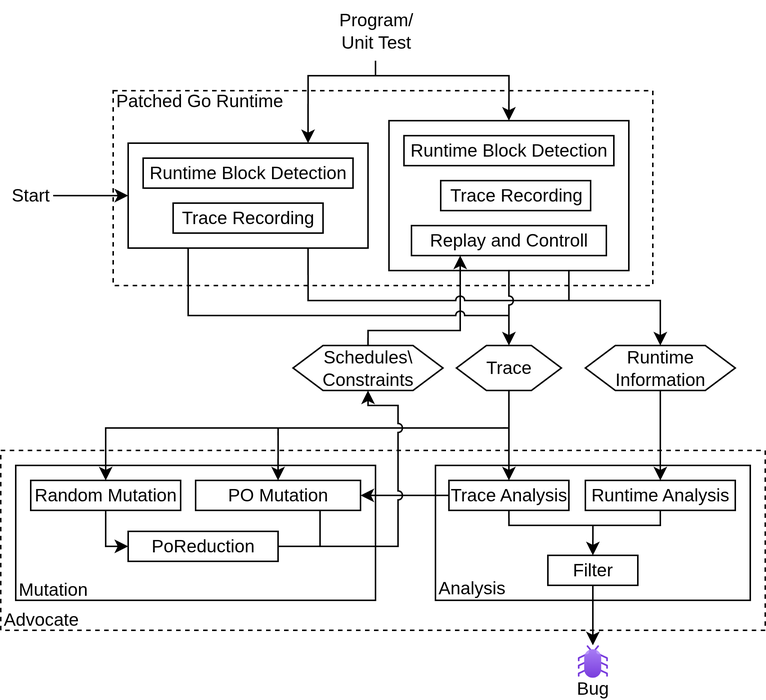
The draw.io diagram architecture.png in ErikKassubek/ADVOCATE, before a commit. Source tidied: cells renumbered, new cells last; positions are measured from the earlier drawing's top-left corner, leaving out a move shared by most shapes. Its diagram source:
```xml
<mxGraphModel>
  <root>
    <mxCell id="0" />
    <mxCell id="1" parent="0" />
    <mxCell id="2" style="rounded=0;whiteSpace=wrap;html=1;dashed=1;" parent="1" vertex="1">
      <mxGeometry x="75" y="60" width="360" height="130" as="geometry" />
    </mxCell>
    <mxCell id="3" style="group;" parent="1" vertex="1">
      <mxGeometry x="259" y="80" width="160" height="100" as="geometry" />
    </mxCell>
    <mxCell id="4" style="edgeStyle=orthogonalEdgeStyle;rounded=0;jettySize=auto;html=1;entryX=0.5;entryY=0;entryDx=0;entryDy=0;" parent="3" edge="1" target="5">
      <mxGeometry relative="1" as="geometry">
        <mxPoint x="-14" y="-30" as="sourcePoint" />
        <Array as="points">
          <mxPoint x="-9" y="-30" />
          <mxPoint x="80" y="-30" />
        </Array>
      </mxGeometry>
    </mxCell>
    <mxCell id="5" style="rounded=0;whiteSpace=wrap;html=1;" parent="3" vertex="1">
      <mxGeometry width="160" height="100" as="geometry" />
    </mxCell>
    <mxCell id="6" value="Replay and Controll" style="rounded=0;whiteSpace=wrap;html=1;" parent="3" vertex="1">
      <mxGeometry x="15" y="70" width="130" height="20" as="geometry" />
    </mxCell>
    <mxCell id="7" value="Trace Recording" style="rounded=0;whiteSpace=wrap;html=1;" parent="3" vertex="1">
      <mxGeometry x="34.5" y="40" width="100" height="20" as="geometry" />
    </mxCell>
    <mxCell id="8" value="Runtime Block Detection" style="rounded=0;whiteSpace=wrap;html=1;" parent="3" vertex="1">
      <mxGeometry x="10" y="10" width="140" height="20" as="geometry" />
    </mxCell>
    <mxCell id="9" style="rounded=0;whiteSpace=wrap;html=1;dashed=1;" parent="1" vertex="1">
      <mxGeometry y="300" width="510" height="120" as="geometry" />
    </mxCell>
    <mxCell id="10" style="edgeStyle=orthogonalEdgeStyle;rounded=0;jettySize=auto;html=1;exitX=0.5;exitY=0;exitDx=0;exitDy=0;entryX=0.25;entryY=1;entryDx=0;entryDy=0;" parent="1" edge="1" source="14" target="6">
      <mxGeometry relative="1" as="geometry">
        <Array as="points">
          <mxPoint x="245" y="220" />
          <mxPoint x="307" y="220" />
        </Array>
      </mxGeometry>
    </mxCell>
    <mxCell id="11" style="edgeStyle=orthogonalEdgeStyle;rounded=0;jettySize=auto;html=1;exitX=0.75;exitY=1;exitDx=0;exitDy=0;entryX=0.5;entryY=0;entryDx=0;entryDy=0;" parent="1" edge="1" source="5" target="12">
      <mxGeometry relative="1" as="geometry">
        <Array as="points">
          <mxPoint x="379" y="200" />
          <mxPoint x="440" y="200" />
        </Array>
      </mxGeometry>
    </mxCell>
    <mxCell id="12" value="Runtime&lt;div&gt;Information&lt;/div&gt;" style="shape=hexagon;perimeter=hexagonPerimeter2;whiteSpace=wrap;html=1;fixedSize=1;" parent="1" vertex="1">
      <mxGeometry x="390" y="230" width="100" height="30" as="geometry" />
    </mxCell>
    <mxCell id="13" value="Trace" style="shape=hexagon;perimeter=hexagonPerimeter2;whiteSpace=wrap;html=1;fixedSize=1;" parent="1" vertex="1">
      <mxGeometry x="304" y="230" width="70" height="30" as="geometry" />
    </mxCell>
    <mxCell id="14" value="Schedules\&lt;div&gt;Constraints&lt;/div&gt;" style="shape=hexagon;perimeter=hexagonPerimeter2;whiteSpace=wrap;html=1;fixedSize=1;" parent="1" vertex="1">
      <mxGeometry x="195" y="230" width="100" height="30" as="geometry" />
    </mxCell>
    <mxCell id="15" style="group;" parent="1" vertex="1">
      <mxGeometry x="290" y="310" width="210" height="90" as="geometry" />
    </mxCell>
    <mxCell id="16" style="rounded=0;whiteSpace=wrap;html=1;" parent="15" vertex="1">
      <mxGeometry width="210" height="90" as="geometry" />
    </mxCell>
    <mxCell id="17" value="Filter" style="rounded=0;whiteSpace=wrap;html=1;" parent="15" vertex="1">
      <mxGeometry x="75" y="60" width="60" height="20" as="geometry" />
    </mxCell>
    <mxCell id="18" style="edgeStyle=orthogonalEdgeStyle;rounded=0;jettySize=auto;html=1;exitX=0.5;exitY=1;exitDx=0;exitDy=0;entryX=0.5;entryY=0;entryDx=0;entryDy=0;" parent="15" edge="1" source="19" target="17">
      <mxGeometry relative="1" as="geometry">
        <Array as="points">
          <mxPoint x="150" y="40" />
          <mxPoint x="105" y="40" />
        </Array>
      </mxGeometry>
    </mxCell>
    <mxCell id="19" value="Runtime Analysis" style="rounded=0;whiteSpace=wrap;html=1;" parent="15" vertex="1">
      <mxGeometry x="100" y="10" width="100" height="20" as="geometry" />
    </mxCell>
    <mxCell id="20" style="edgeStyle=orthogonalEdgeStyle;rounded=0;jettySize=auto;html=1;exitX=0.5;exitY=1;exitDx=0;exitDy=0;endArrow=none;endFill=0;" parent="15" edge="1" source="21">
      <mxGeometry relative="1" as="geometry">
        <mxPoint x="110" y="40" as="targetPoint" />
        <Array as="points">
          <mxPoint x="50" y="40" />
          <mxPoint x="95" y="40" />
        </Array>
      </mxGeometry>
    </mxCell>
    <mxCell id="21" value="Trace Analysis" style="rounded=0;whiteSpace=wrap;html=1;" parent="15" vertex="1">
      <mxGeometry x="9" y="10" width="80" height="20" as="geometry" />
    </mxCell>
    <mxCell id="22" value="Analysis" style="text;html=1;align=left;verticalAlign=middle;whiteSpace=wrap;rounded=0;" parent="15" vertex="1">
      <mxGeometry y="74" width="50" height="16" as="geometry" />
    </mxCell>
    <mxCell id="23" style="edgeStyle=orthogonalEdgeStyle;rounded=0;jettySize=auto;html=1;exitX=0.5;exitY=1;exitDx=0;exitDy=0;entryX=0.5;entryY=0;entryDx=0;entryDy=0;" parent="1" edge="1" source="12" target="19">
      <mxGeometry relative="1" as="geometry">
        <Array as="points">
          <mxPoint x="440" y="270" />
          <mxPoint x="440" y="270" />
        </Array>
      </mxGeometry>
    </mxCell>
    <mxCell id="24" style="edgeStyle=orthogonalEdgeStyle;rounded=0;jettySize=auto;html=1;exitX=0.5;exitY=1;exitDx=0;exitDy=0;entryX=0.5;entryY=0;entryDx=0;entryDy=0;" parent="1" edge="1" source="13" target="21">
      <mxGeometry relative="1" as="geometry">
        <Array as="points">
          <mxPoint x="339" y="260" />
        </Array>
      </mxGeometry>
    </mxCell>
    <mxCell id="25" style="rounded=0;jettySize=auto;html=1;entryX=0;entryY=0.5;entryDx=0;entryDy=0;" parent="1" edge="1" source="26" target="31">
      <mxGeometry relative="1" as="geometry" />
    </mxCell>
    <mxCell id="26" value="Start" style="text;html=1;align=center;verticalAlign=middle;whiteSpace=wrap;rounded=0;" parent="1" vertex="1">
      <mxGeometry x="5" y="115" width="30" height="30" as="geometry" />
    </mxCell>
    <mxCell id="27" style="edgeStyle=orthogonalEdgeStyle;rounded=0;orthogonalLoop=1;jettySize=auto;html=1;entryX=0.75;entryY=0;entryDx=0;entryDy=0;" parent="1" edge="1">
      <mxGeometry relative="1" as="geometry">
        <mxPoint x="250" y="40" as="sourcePoint" />
        <mxPoint x="205" y="95" as="targetPoint" />
        <Array as="points">
          <mxPoint x="250" y="50" />
          <mxPoint x="205" y="50" />
        </Array>
      </mxGeometry>
    </mxCell>
    <mxCell id="28" value="&lt;span style=&quot;text-wrap-mode: wrap; float: none; background-color: rgb(255, 255, 255); display: inline !important; color: rgb(0, 0, 0);&quot;&gt;Program/&lt;/span&gt;&lt;div style=&quot;text-wrap-mode: wrap; color: rgb(0, 0, 0);&quot;&gt;&lt;span style=&quot;background-color: rgb(255, 255, 255);&quot;&gt;Unit Test&lt;/span&gt;&lt;/div&gt;" style="text;html=1;align=center;verticalAlign=middle;strokeColor=none;fillColor=none;" parent="1" vertex="1">
      <mxGeometry x="215" width="70" height="40" as="geometry" />
    </mxCell>
    <mxCell id="29" style="group;" parent="1" vertex="1">
      <mxGeometry x="85" y="95" width="160" height="70" as="geometry" />
    </mxCell>
    <mxCell id="30" style="edgeStyle=orthogonalEdgeStyle;rounded=0;jettySize=auto;html=1;exitX=0.25;exitY=1;exitDx=0;exitDy=0;endArrow=none;endFill=0;jumpStyle=arc;" parent="29" edge="1" source="31">
      <mxGeometry relative="1" as="geometry">
        <mxPoint x="254" y="115" as="targetPoint" />
        <Array as="points">
          <mxPoint x="40" y="115" />
        </Array>
      </mxGeometry>
    </mxCell>
    <mxCell id="31" style="rounded=0;whiteSpace=wrap;html=1;" parent="29" vertex="1">
      <mxGeometry width="160" height="70" as="geometry" />
    </mxCell>
    <mxCell id="32" value="Trace Recording" style="rounded=0;whiteSpace=wrap;html=1;" parent="29" vertex="1">
      <mxGeometry x="30" y="40" width="100" height="20" as="geometry" />
    </mxCell>
    <mxCell id="33" value="Runtime Block Detection" style="rounded=0;whiteSpace=wrap;html=1;" parent="29" vertex="1">
      <mxGeometry x="10" y="10" width="140" height="20" as="geometry" />
    </mxCell>
    <mxCell id="34" style="edgeStyle=orthogonalEdgeStyle;rounded=0;jettySize=auto;html=1;exitX=0.75;exitY=1;exitDx=0;exitDy=0;endArrow=none;endFill=0;jumpStyle=arc;" parent="29" edge="1" source="31">
      <mxGeometry relative="1" as="geometry">
        <mxPoint x="293.9" y="105" as="targetPoint" />
        <Array as="points">
          <mxPoint x="120" y="105" />
        </Array>
      </mxGeometry>
    </mxCell>
    <mxCell id="35" style="rounded=0;whiteSpace=wrap;html=1;" parent="1" vertex="1">
      <mxGeometry x="10" y="310" width="240" height="90" as="geometry" />
    </mxCell>
    <mxCell id="36" style="edgeStyle=orthogonalEdgeStyle;rounded=0;jettySize=auto;html=1;exitX=0.5;exitY=1;exitDx=0;exitDy=0;entryX=0;entryY=0.5;entryDx=0;entryDy=0;" parent="1" edge="1" source="38" target="39">
      <mxGeometry relative="1" as="geometry">
        <Array as="points">
          <mxPoint x="70" y="364" />
        </Array>
      </mxGeometry>
    </mxCell>
    <mxCell id="37" style="edgeStyle=orthogonalEdgeStyle;rounded=0;jettySize=auto;html=1;exitX=0.5;exitY=0;exitDx=0;exitDy=0;entryX=0.5;entryY=0;entryDx=0;entryDy=0;" parent="1" edge="1" target="38">
      <mxGeometry relative="1" as="geometry">
        <mxPoint x="185" y="290" as="sourcePoint" />
        <Array as="points">
          <mxPoint x="185" y="285" />
          <mxPoint x="70" y="285" />
        </Array>
      </mxGeometry>
    </mxCell>
    <mxCell id="38" value="Random Mutation" style="rounded=0;whiteSpace=wrap;html=1;" parent="1" vertex="1">
      <mxGeometry x="20" y="320" width="100" height="20" as="geometry" />
    </mxCell>
    <mxCell id="39" value="PoReduction" style="rounded=0;whiteSpace=wrap;html=1;" parent="1" vertex="1">
      <mxGeometry x="85" y="354" width="100" height="20" as="geometry" />
    </mxCell>
    <mxCell id="40" style="edgeStyle=orthogonalEdgeStyle;rounded=0;jettySize=auto;html=1;exitX=0.5;exitY=0;exitDx=0;exitDy=0;endArrow=none;endFill=0;startArrow=classic;startFill=1;" parent="1" edge="1" source="41">
      <mxGeometry relative="1" as="geometry">
        <mxPoint x="335" y="285" as="targetPoint" />
        <Array as="points">
          <mxPoint x="185" y="285" />
          <mxPoint x="339" y="285" />
        </Array>
      </mxGeometry>
    </mxCell>
    <mxCell id="41" value="PO Mutation" style="rounded=0;whiteSpace=wrap;html=1;" parent="1" vertex="1">
      <mxGeometry x="130" y="320" width="110" height="20" as="geometry" />
    </mxCell>
    <mxCell id="42" value="Mutation" style="text;html=1;align=left;verticalAlign=middle;whiteSpace=wrap;rounded=0;" parent="1" vertex="1">
      <mxGeometry x="10" y="386" width="47.4" height="14" as="geometry" />
    </mxCell>
    <mxCell id="43" style="edgeStyle=orthogonalEdgeStyle;rounded=0;jettySize=auto;html=1;exitX=0.5;exitY=1;exitDx=0;exitDy=0;entryX=0.5;entryY=0;entryDx=0;entryDy=0;jumpStyle=arc;" parent="1" edge="1" source="5" target="13">
      <mxGeometry relative="1" as="geometry" />
    </mxCell>
    <mxCell id="44" value="Advocate" style="text;html=1;align=left;verticalAlign=middle;whiteSpace=wrap;rounded=0;" parent="1" vertex="1">
      <mxGeometry y="406" width="60" height="14" as="geometry" />
    </mxCell>
    <mxCell id="45" value="Patched Go Runtime" style="text;html=1;align=left;verticalAlign=middle;whiteSpace=wrap;rounded=0;" parent="1" vertex="1">
      <mxGeometry x="75" y="60" width="120" height="14" as="geometry" />
    </mxCell>
    <mxCell id="46" style="edgeStyle=orthogonalEdgeStyle;rounded=0;jettySize=auto;html=1;exitX=0.5;exitY=1;exitDx=0;exitDy=0;" parent="1" edge="1" source="17" target="49">
      <mxGeometry relative="1" as="geometry" />
    </mxCell>
    <mxCell id="47" style="group;" parent="1" vertex="1">
      <mxGeometry x="375" y="430" width="40" height="36.7" as="geometry" />
    </mxCell>
    <mxCell id="48" value="Bug" style="text;html=1;align=center;verticalAlign=middle;whiteSpace=wrap;rounded=0;" parent="47" vertex="1">
      <mxGeometry y="21.7" width="40" height="15" as="geometry" />
    </mxCell>
    <mxCell id="49" style="image;html=1;points=[];align=center;fontSize=12;image=img/lib/azure2/general/Bug.svg;" parent="47" vertex="1">
      <mxGeometry x="10" width="20" height="21.7" as="geometry" />
    </mxCell>
    <mxCell id="50" style="edgeStyle=orthogonalEdgeStyle;rounded=0;jettySize=auto;html=1;exitX=0;exitY=0.5;exitDx=0;exitDy=0;entryX=1;entryY=0.5;entryDx=0;entryDy=0;" parent="1" edge="1" source="21" target="41">
      <mxGeometry relative="1" as="geometry" />
    </mxCell>
    <mxCell id="51" style="edgeStyle=orthogonalEdgeStyle;rounded=0;jettySize=auto;html=1;exitX=1;exitY=0.5;exitDx=0;exitDy=0;entryX=0.5;entryY=1;entryDx=0;entryDy=0;jumpStyle=arc;" parent="1" edge="1" source="39" target="14">
      <mxGeometry relative="1" as="geometry">
        <Array as="points">
          <mxPoint x="265" y="364" />
          <mxPoint x="265" y="270" />
          <mxPoint x="245" y="270" />
        </Array>
      </mxGeometry>
    </mxCell>
    <mxCell id="52" style="endArrow=none;html=1;rounded=0;endFill=0;" parent="1" edge="1">
      <mxGeometry relative="1" as="geometry">
        <mxPoint x="213" y="340" as="sourcePoint" />
        <mxPoint x="213" y="364" as="targetPoint" />
      </mxGeometry>
    </mxCell>
  </root>
</mxGraphModel>
```
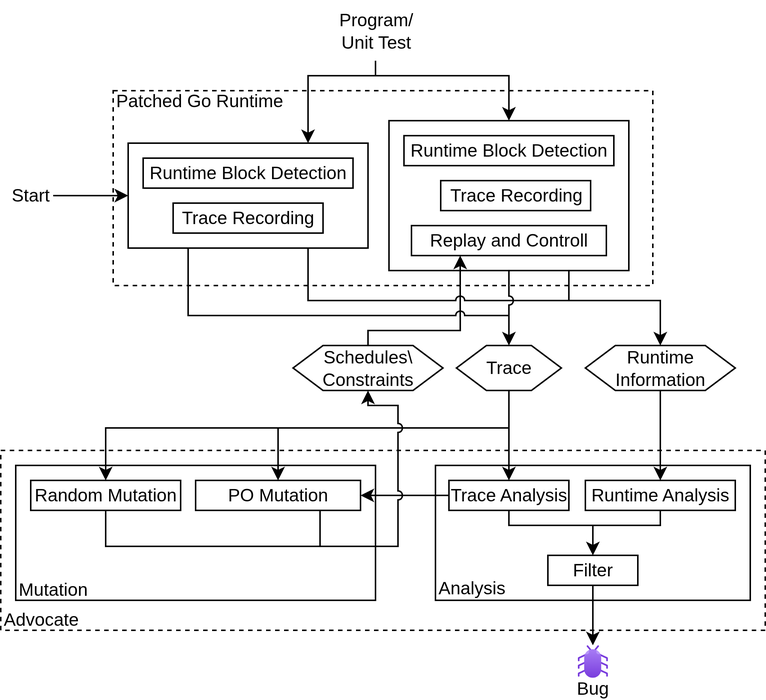
After the commit.

Commit message:
fix unnexessary message

Diff of the diagram source:
```diff
@@ -157,8 +157,9 @@
     <mxCell id="35" style="rounded=0;whiteSpace=wrap;html=1;" parent="1" vertex="1">
       <mxGeometry x="10" y="310" width="240" height="90" as="geometry" />
     </mxCell>
-    <mxCell id="36" style="edgeStyle=orthogonalEdgeStyle;rounded=0;jettySize=auto;html=1;exitX=0.5;exitY=1;exitDx=0;exitDy=0;entryX=0;entryY=0.5;entryDx=0;entryDy=0;" parent="1" edge="1" source="38" target="39">
+    <mxCell id="36" style="edgeStyle=orthogonalEdgeStyle;rounded=0;jettySize=auto;html=1;exitX=0.5;exitY=1;exitDx=0;exitDy=0;endArrow=none;endFill=0;" parent="1" edge="1" source="38">
       <mxGeometry relative="1" as="geometry">
+        <mxPoint x="185" y="364" as="targetPoint" />
         <Array as="points">
           <mxPoint x="70" y="364" />
         </Array>
@@ -176,9 +177,6 @@
     <mxCell id="38" value="Random Mutation" style="rounded=0;whiteSpace=wrap;html=1;" parent="1" vertex="1">
       <mxGeometry x="20" y="320" width="100" height="20" as="geometry" />
     </mxCell>
-    <mxCell id="39" value="PoReduction" style="rounded=0;whiteSpace=wrap;html=1;" parent="1" vertex="1">
-      <mxGeometry x="85" y="354" width="100" height="20" as="geometry" />
-    </mxCell>
     <mxCell id="40" style="edgeStyle=orthogonalEdgeStyle;rounded=0;jettySize=auto;html=1;exitX=0.5;exitY=0;exitDx=0;exitDy=0;endArrow=none;endFill=0;startArrow=classic;startFill=1;" parent="1" edge="1" source="41">
       <mxGeometry relative="1" as="geometry">
         <mxPoint x="335" y="285" as="targetPoint" />
@@ -218,8 +216,9 @@
     <mxCell id="50" style="edgeStyle=orthogonalEdgeStyle;rounded=0;jettySize=auto;html=1;exitX=0;exitY=0.5;exitDx=0;exitDy=0;entryX=1;entryY=0.5;entryDx=0;entryDy=0;" parent="1" edge="1" source="21" target="41">
       <mxGeometry relative="1" as="geometry" />
     </mxCell>
-    <mxCell id="51" style="edgeStyle=orthogonalEdgeStyle;rounded=0;jettySize=auto;html=1;exitX=1;exitY=0.5;exitDx=0;exitDy=0;entryX=0.5;entryY=1;entryDx=0;entryDy=0;jumpStyle=arc;" parent="1" edge="1" source="39" target="14">
+    <mxCell id="51" style="edgeStyle=orthogonalEdgeStyle;rounded=0;jettySize=auto;html=1;exitX=1;exitY=0.5;exitDx=0;exitDy=0;entryX=0.5;entryY=1;entryDx=0;entryDy=0;jumpStyle=arc;" parent="1" edge="1" target="14">
       <mxGeometry relative="1" as="geometry">
+        <mxPoint x="185" y="364" as="sourcePoint" />
         <Array as="points">
           <mxPoint x="265" y="364" />
           <mxPoint x="265" y="270" />
```
